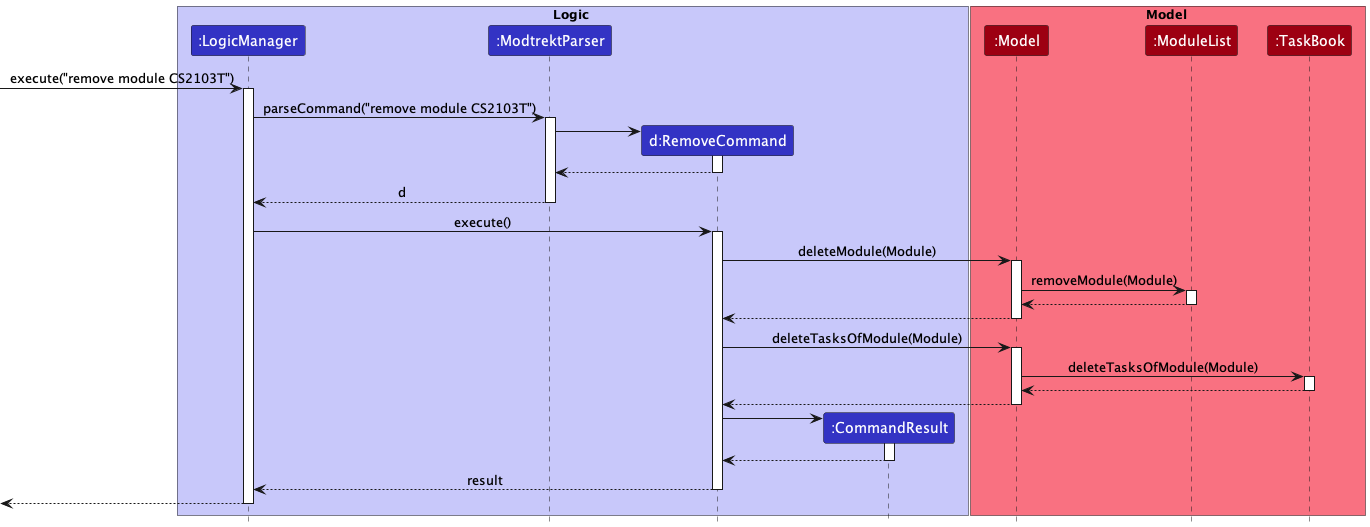
Earlier version of the PlantUML export docs/images/ModulePUMLs/RemoveModule/ModuleRemoveSequenceDiagram.png (nus-cs2103-AY2223S1/tp).
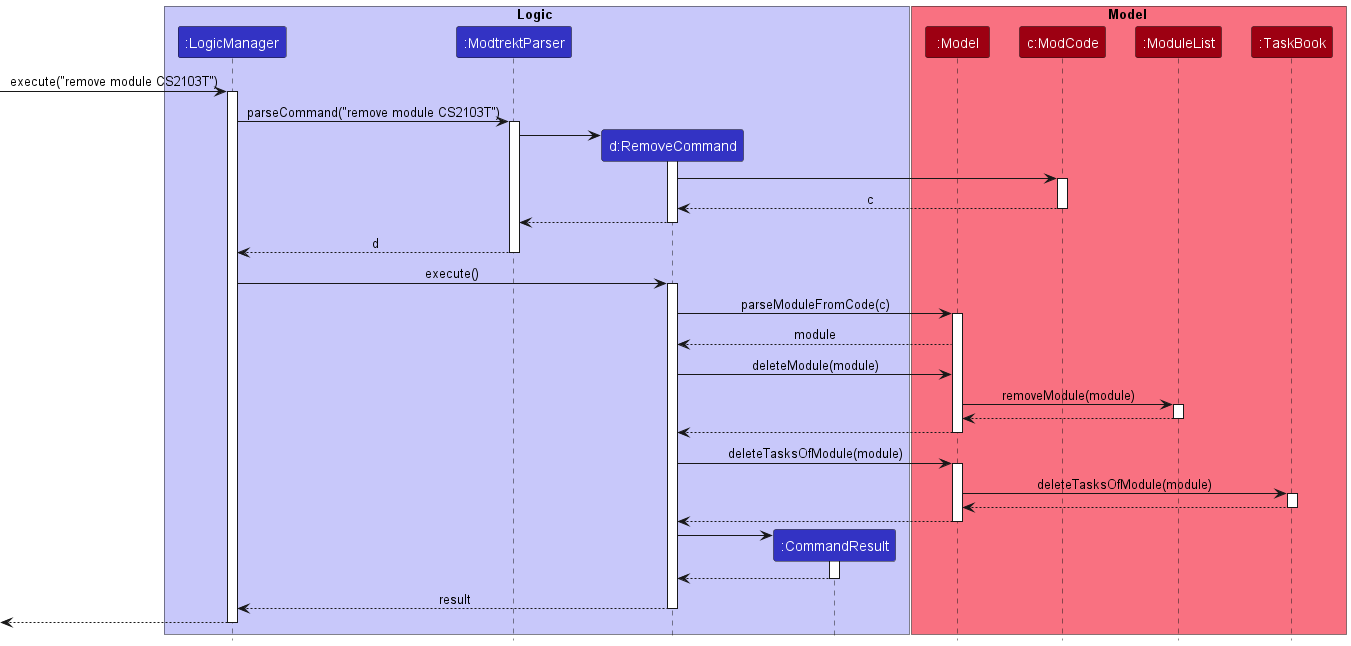
After the change.

What changed in the source:
```diff
@@ -10,6 +10,7 @@
 
 box Model MODEL_COLOR_T1
 participant ":Model" as Model MODEL_COLOR
+participant "c:ModCode" as ModCode MODEL_COLOR
 participant ":ModuleList" as ModuleList MODEL_COLOR
 participant ":TaskBook" as TaskBook MODEL_COLOR
 end box
@@ -24,6 +25,11 @@
 ModtrektParser -> RemoveCommand:
 activate RemoveCommand
 
+RemoveCommand -> ModCode
+activate ModCode
+ModCode --> RemoveCommand : c
+deactivate ModCode
+
 RemoveCommand --> ModtrektParser
 deactivate RemoveCommand
 
@@ -33,10 +39,13 @@
 LogicManager -> RemoveCommand : execute()
 activate RemoveCommand
 
-RemoveCommand -> Model : deleteModule(Module)
+RemoveCommand -> Model : parseModuleFromCode(c)
 activate Model
 
-Model -> ModuleList : removeModule(Module)
+Model --> RemoveCommand : module
+RemoveCommand -> Model : deleteModule(module)
+
+Model -> ModuleList : removeModule(module)
 activate ModuleList
 
 ModuleList --> Model
@@ -45,10 +54,10 @@
 Model --> RemoveCommand
 deactivate Model
 
-RemoveCommand -> Model : deleteTasksOfModule(Module)
+RemoveCommand -> Model : deleteTasksOfModule(module)
 activate Model
 
-Model -> TaskBook : deleteTasksOfModule(Module)
+Model -> TaskBook : deleteTasksOfModule(module)
 activate TaskBook
 
 TaskBook --> Model
```
